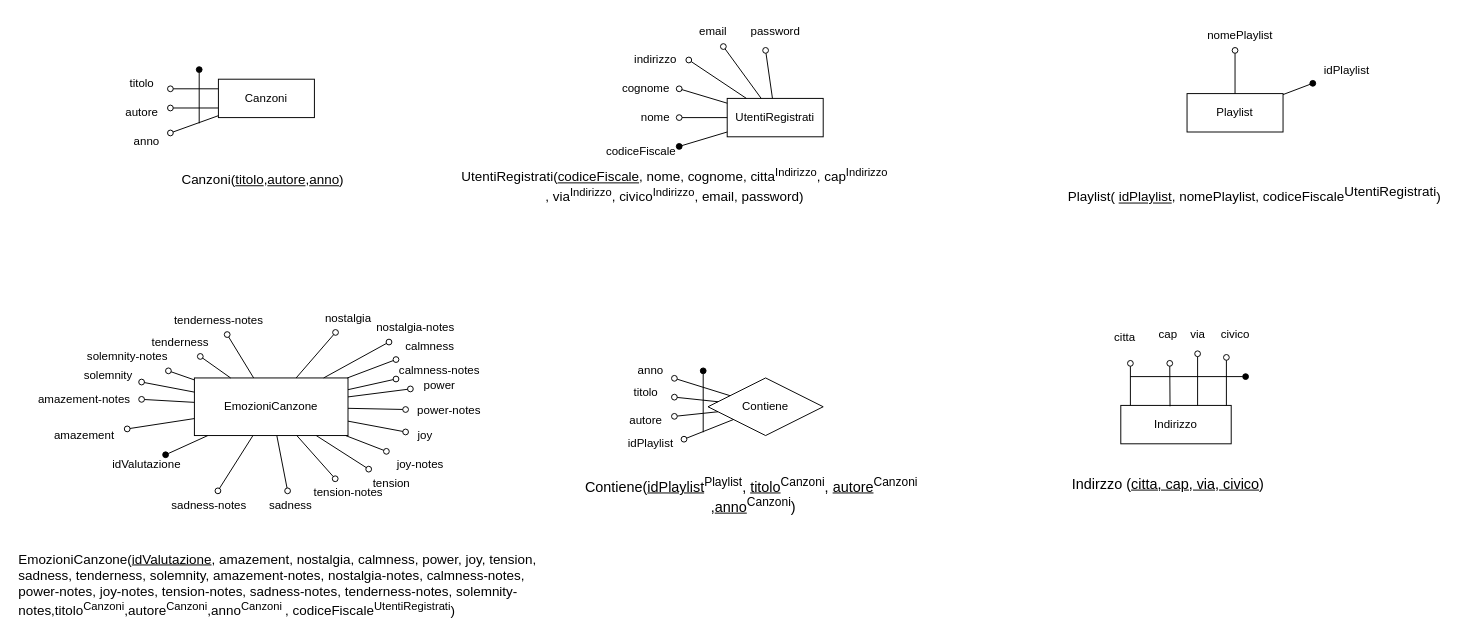
Cacciaa/LaboratorioB keeps this draw.io diagram as SchemaLogico/SchemaLogico.drawio. Above is the earlier version. Source tidied: cells renumbered, new cells numbered last; positions are measured from the earlier drawing's top-left corner, leaving out a move shared by most shapes. Both pictures are drawn from the tidied source at 96%, with x=0, y=0 at pixel (16, 16).
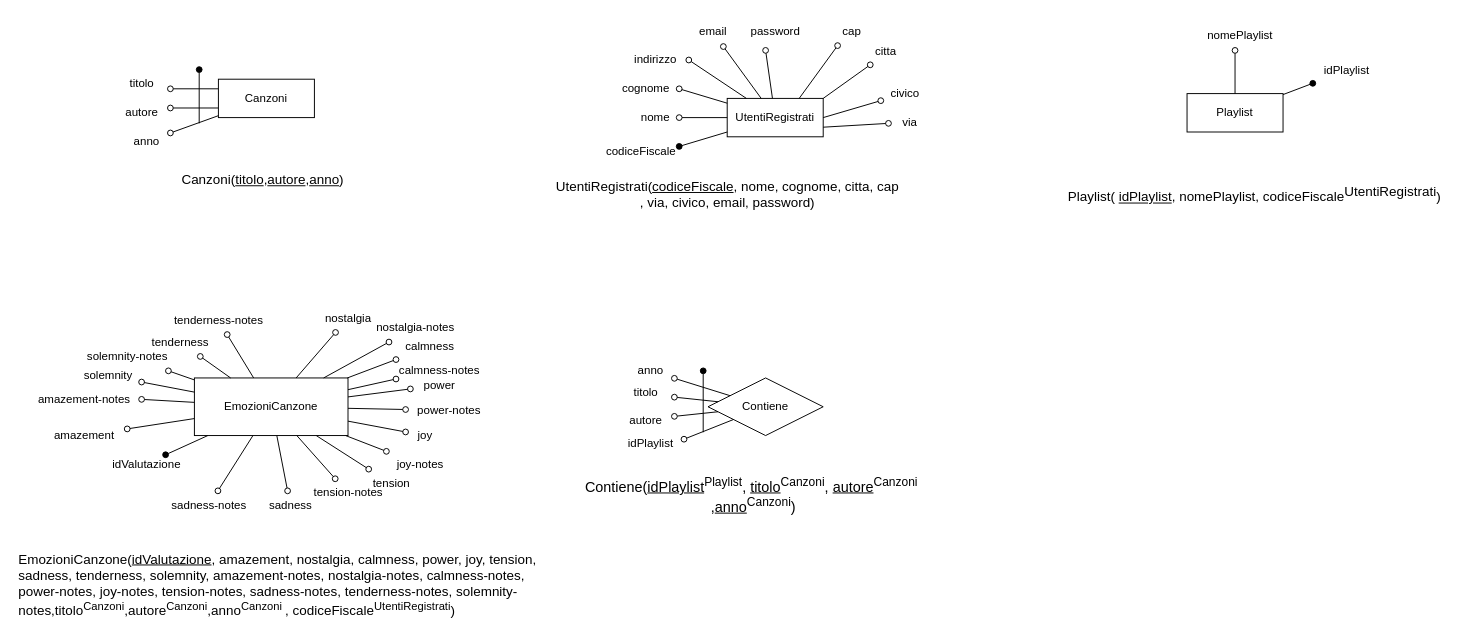
Above is the later version.

Commit message (it also covers changes not shown here):
Indirizzo deleted, documentazione updated

The change refers to these unchanged cells:
```xml
<mxCell id="2" value="UtentiRegistrati" style="whiteSpace=wrap;html=1;align=center;" parent="1" vertex="1">
  <mxGeometry x="740" y="85" width="100" height="40" as="geometry" />
</mxCell>
<mxCell id="65" value="Contiene" style="shape=rhombus;perimeter=rhombusPerimeter;whiteSpace=wrap;html=1;align=center;" parent="1" vertex="1">
  <mxGeometry x="720" y="376.2" width="120" height="60" as="geometry" />
</mxCell>
```

The edit, as a diff of the source:
```diff
@@
-    <mxCell id="77" value="UtentiRegistrati(&lt;u&gt;codiceFiscale&lt;/u&gt;, nome, cognome, citta&lt;sup&gt;Indirizzo&lt;/sup&gt;, cap&lt;sup&gt;Indirizzo&lt;/sup&gt;&lt;br&gt;, via&lt;sup&gt;Indirizzo&lt;/sup&gt;, civico&lt;sup&gt;Indirizzo&lt;/sup&gt;, email, password)" style="text;html=1;align=center;verticalAlign=middle;strokeColor=none;fillColor=none;fontSize=14;" parent="1" vertex="1">
-      <mxGeometry x="450" y="150" width="470" height="50" as="geometry" />
+    <mxCell id="77" value="UtentiRegistrati(&lt;u&gt;codiceFiscale&lt;/u&gt;, nome, cognome, citta, cap&lt;br&gt;, via, civico, email, password)" style="text;html=1;align=center;verticalAlign=middle;strokeColor=none;fillColor=none;fontSize=14;" parent="1" vertex="1">
+      <mxGeometry x="550" y="160" width="380" height="50" as="geometry" />
     </mxCell>
@@
-    <mxCell id="80" value="Indirizzo" style="rounded=0;whiteSpace=wrap;html=1;" parent="1" vertex="1">
-      <mxGeometry x="1150" y="404.8" width="115" height="40" as="geometry" />
-    </mxCell>
-    <mxCell id="81" style="endArrow=oval;html=1;rounded=0;startArrow=none;startFill=0;endFill=0;" parent="1" edge="1">
-      <mxGeometry relative="1" as="geometry">
-        <mxPoint x="1160" y="404.8" as="sourcePoint" />
-        <mxPoint x="1160" y="361" as="targetPoint" />
-      </mxGeometry>
-    </mxCell>
-    <mxCell id="82" style="endArrow=oval;html=1;rounded=0;startArrow=none;startFill=0;endFill=0;exitX=0.446;exitY=0.023;exitDx=0;exitDy=0;exitPerimeter=0;" parent="1" edge="1" source="80">
-      <mxGeometry relative="1" as="geometry">
-        <mxPoint x="1201" y="361" as="targetPoint" />
-      </mxGeometry>
-    </mxCell>
-    <mxCell id="83" style="endArrow=oval;html=1;rounded=0;endFill=0;" parent="1" edge="1">
-      <mxGeometry relative="1" as="geometry">
-        <mxPoint x="1230" y="404.8" as="sourcePoint" />
-        <mxPoint x="1230" y="351" as="targetPoint" />
-      </mxGeometry>
-    </mxCell>
-    <mxCell id="84" style="endArrow=oval;html=1;rounded=0;entryX=0.25;entryY=1;entryDx=0;entryDy=0;endFill=0;" parent="1" edge="1">
-      <mxGeometry relative="1" as="geometry">
-        <mxPoint x="1260" y="404.8" as="sourcePoint" />
-        <mxPoint x="1260" y="354.8" as="targetPoint" />
-      </mxGeometry>
-    </mxCell>
-    <mxCell id="85" style="endArrow=oval;html=1;rounded=0;endFill=1;" parent="1" edge="1">
-      <mxGeometry relative="1" as="geometry">
-        <mxPoint x="1160" y="374.8" as="sourcePoint" />
-        <mxPoint x="1280" y="374.8" as="targetPoint" />
-      </mxGeometry>
-    </mxCell>
+    <mxCell id="91" style="endArrow=none;html=1;rounded=0;startArrow=oval;startFill=0;" parent="1" edge="1" source="92" target="65">
+      <mxGeometry relative="1" as="geometry" />
+    </mxCell>
+    <mxCell id="92" value="anno" style="text;html=1;align=center;verticalAlign=middle;points=[];strokeColor=none;fillColor=none;" parent="1" vertex="1">
+      <mxGeometry x="635" y="353.8" width="50" height="30" as="geometry" />
+    </mxCell>
+    <mxCell id="87" value="cap" style="text;html=1;strokeColor=none;fillColor=none;align=center;verticalAlign=middle;whiteSpace=wrap;rounded=0;" parent="1" vertex="1">
+      <mxGeometry x="840" width="60" height="30" as="geometry" />
+    </mxCell>
     <mxCell id="86" value="citta" style="text;html=1;align=center;verticalAlign=middle;points=[];strokeColor=none;fillColor=none;" parent="1" vertex="1">
-      <mxGeometry x="1129" y="319" width="50" height="30" as="geometry" />
+      <mxGeometry x="880" y="21" width="50" height="30" as="geometry" />
     </mxCell>
-    <mxCell id="87" value="cap" style="text;html=1;align=center;verticalAlign=middle;points=[];strokeColor=none;fillColor=none;" parent="1" vertex="1">
-      <mxGeometry x="1179" y="316" width="40" height="30" as="geometry" />
-    </mxCell>
     <mxCell id="88" value="via" style="text;html=1;align=center;verticalAlign=middle;points=[];strokeColor=none;fillColor=none;" parent="1" vertex="1">
-      <mxGeometry x="1210" y="316" width="40" height="30" as="geometry" />
+      <mxGeometry x="910" y="95" width="40" height="30" as="geometry" />
     </mxCell>
     <mxCell id="89" value="civico" style="text;html=1;align=center;verticalAlign=middle;points=[];strokeColor=none;fillColor=none;" parent="1" vertex="1">
-      <mxGeometry x="1244" y="316" width="50" height="30" as="geometry" />
+      <mxGeometry x="900" y="65" width="50" height="30" as="geometry" />
     </mxCell>
-    <mxCell id="90" value="Indirzzo (&lt;u style=&quot;font-size: 15px;&quot;&gt;citta, cap, via, civico&lt;/u&gt;)" style="text;html=1;align=center;verticalAlign=middle;strokeColor=none;fillColor=none;fontSize=15;" parent="1" vertex="1">
-      <mxGeometry x="1089" y="471.2" width="220" height="30" as="geometry" />
-    </mxCell>
-    <mxCell id="91" style="endArrow=none;html=1;rounded=0;startArrow=oval;startFill=0;" parent="1" edge="1" source="92" target="65">
-      <mxGeometry relative="1" as="geometry" />
-    </mxCell>
-    <mxCell id="92" value="anno" style="text;html=1;align=center;verticalAlign=middle;points=[];strokeColor=none;fillColor=none;" parent="1" vertex="1">
-      <mxGeometry x="635" y="353.8" width="50" height="30" as="geometry" />
-    </mxCell>
+    <mxCell id="93" style="endArrow=oval;html=1;rounded=0;exitX=0.75;exitY=0;exitDx=0;exitDy=0;entryX=0.25;entryY=1;entryDx=0;entryDy=0;endFill=0;" parent="1" edge="1" source="2" target="87">
+      <mxGeometry relative="1" as="geometry" />
+    </mxCell>
+    <mxCell id="94" style="endArrow=oval;html=1;rounded=0;exitX=1;exitY=0;exitDx=0;exitDy=0;entryX=0.18;entryY=0.967;entryDx=0;entryDy=0;entryPerimeter=0;endFill=0;" parent="1" edge="1" source="2" target="86">
+      <mxGeometry relative="1" as="geometry" />
+    </mxCell>
+    <mxCell id="95" style="endArrow=oval;html=1;rounded=0;exitX=1;exitY=0.5;exitDx=0;exitDy=0;endFill=0;" parent="1" edge="1" source="2" target="89">
+      <mxGeometry relative="1" as="geometry" />
+    </mxCell>
+    <mxCell id="96" style="endArrow=oval;html=1;rounded=0;exitX=1;exitY=0.75;exitDx=0;exitDy=0;entryX=-0.05;entryY=0.533;entryDx=0;entryDy=0;entryPerimeter=0;endFill=0;" parent="1" edge="1" source="2" target="88">
+      <mxGeometry relative="1" as="geometry" />
+    </mxCell>
```
